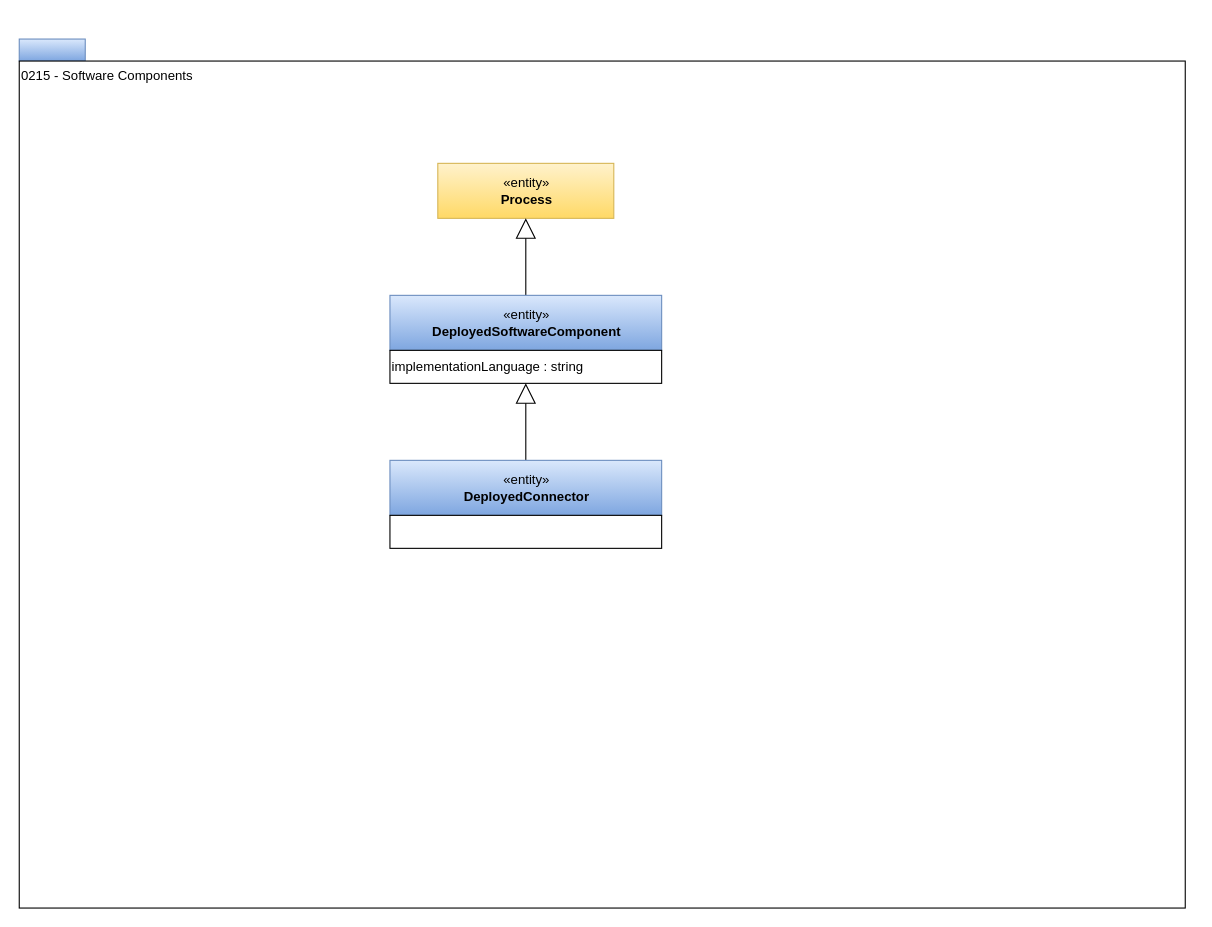
Earlier version of the draw.io diagram page "0215-Software-Components" (6 of 19) of open-metadata-publication/website/open-metadata-types/area-2-assets.drawio (odpi/egeria). Source tidied: cells renumbered, new cells numbered last; positions are measured from the earlier drawing's top-left corner, leaving out a move shared by most shapes. Both pictures are drawn from the tidied source at 110%, with x=0, y=0 at pixel (19, 38).
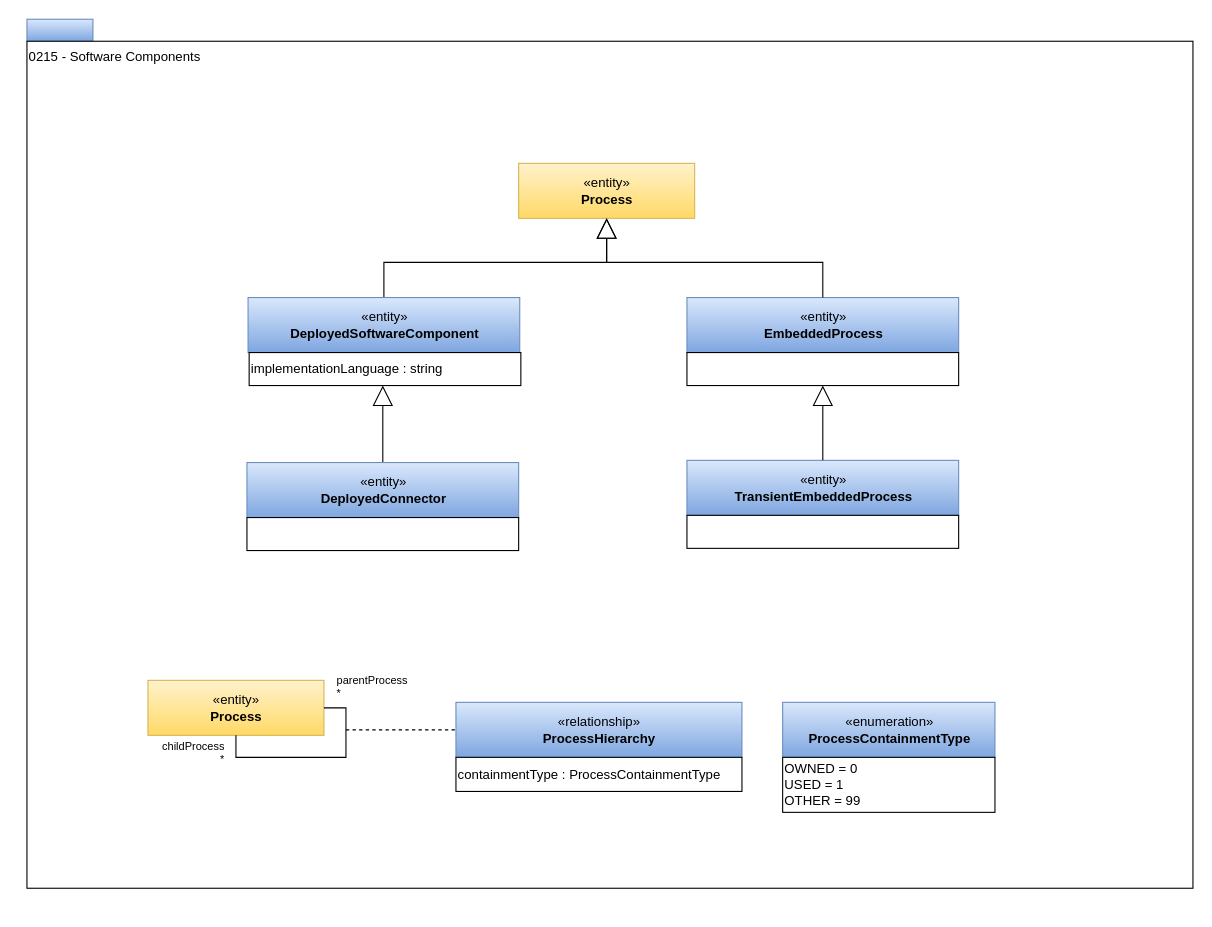
The same page after the edit.

The change refers to these unchanged cells:
```xml
<mxCell id="8" value="«entity»&lt;br&gt;&lt;b&gt;DeployedSoftwareComponent&lt;/b&gt;" style="html=1;strokeColor=#6c8ebf;align=center;fillColor=#dae8fc;gradientColor=#7ea6e0;" parent="7" vertex="1">
  <mxGeometry width="247" height="50" as="geometry" />
</mxCell>
<mxCell id="12" value="«entity»&lt;br&gt;&lt;b&gt;DeployedConnector&lt;/b&gt;" style="html=1;strokeColor=#6c8ebf;align=center;fillColor=#dae8fc;gradientColor=#7ea6e0;" parent="11" vertex="1">
  <mxGeometry width="247" height="50" as="geometry" />
</mxCell>
```

The edit, as a diff of the source:
```diff
@@
-    <mxCell id="2" style="group;" parent="1" vertex="1">
-      <mxGeometry width="1060" height="790" as="geometry" />
-    </mxCell>
-    <mxCell id="3" style="rounded=0;whiteSpace=wrap;html=1;align=left;fillColor=#dae8fc;strokeColor=#6c8ebf;gradientColor=#7ea6e0;" parent="2" vertex="1">
-      <mxGeometry width="60" height="20" as="geometry" />
+    <mxCell id="3" style="rounded=0;whiteSpace=wrap;html=1;align=left;fillColor=#dae8fc;strokeColor=#6c8ebf;gradientColor=#7ea6e0;" parent="1" vertex="1">
+      <mxGeometry x="7" y="-18" width="60" height="20" as="geometry" />
     </mxCell>
-    <mxCell id="4" value="0215 - Software Components" style="rounded=0;whiteSpace=wrap;html=1;align=left;verticalAlign=top;" parent="2" vertex="1">
-      <mxGeometry y="20" width="1060" height="770" as="geometry" />
+    <mxCell id="4" value="0215 - Software Components" style="rounded=0;whiteSpace=wrap;html=1;align=left;verticalAlign=top;" parent="1" vertex="1">
+      <mxGeometry x="7" y="2" width="1060" height="770" as="geometry" />
     </mxCell>
-    <mxCell id="5" value="«entity»&lt;br&gt;&lt;b&gt;Process&lt;/b&gt;" style="html=1;strokeColor=#d6b656;align=center;fillColor=#fff2cc;gradientColor=#ffd966;" parent="2" vertex="1">
-      <mxGeometry x="380.5" y="113" width="160" height="50" as="geometry" />
+    <mxCell id="5" value="«entity»&lt;br&gt;&lt;b&gt;Process&lt;/b&gt;" style="html=1;strokeColor=#d6b656;align=center;fillColor=#fff2cc;gradientColor=#ffd966;" parent="1" vertex="1">
+      <mxGeometry x="454" y="113" width="160" height="50" as="geometry" />
     </mxCell>
-    <mxCell id="6" style="edgeStyle=orthogonalEdgeStyle;rounded=0;jettySize=auto;html=1;exitX=0.5;exitY=0;exitDx=0;exitDy=0;entryX=0.5;entryY=1;entryDx=0;entryDy=0;startSize=6;endArrow=block;endFill=0;endSize=16;" parent="2" edge="1" source="8" target="5">
-      <mxGeometry relative="1" as="geometry" />
+    <mxCell id="6" style="edgeStyle=orthogonalEdgeStyle;rounded=0;jettySize=auto;html=1;exitX=0.5;exitY=0;exitDx=0;exitDy=0;startSize=6;endArrow=block;endFill=0;endSize=16;entryX=0.5;entryY=1;entryDx=0;entryDy=0;" parent="1" edge="1" source="8" target="5">
+      <mxGeometry x="-57" y="-1" as="geometry">
+        <Array as="points">
+          <mxPoint x="332" y="203" />
+          <mxPoint x="534" y="203" />
+        </Array>
+      </mxGeometry>
     </mxCell>
-    <mxCell id="7" style="group;" parent="2" vertex="1">
-      <mxGeometry x="337" y="233" width="247" height="80" as="geometry" />
+    <mxCell id="7" style="group;" parent="1" vertex="1">
+      <mxGeometry x="208" y="235" width="247" height="80" as="geometry" />
     </mxCell>
@@
     <mxCell id="9" value="implementationLanguage : string" style="rounded=0;whiteSpace=wrap;html=1;strokeColor=#000000;gradientColor=#ffffff;align=left;" parent="7" vertex="1">
-      <mxGeometry y="50" width="247" height="30" as="geometry" />
+      <mxGeometry x="1" y="50" width="247" height="30" as="geometry" />
     </mxCell>
-    <mxCell id="10" style="edgeStyle=orthogonalEdgeStyle;rounded=0;jettySize=auto;html=1;exitX=0.5;exitY=0;exitDx=0;exitDy=0;endArrow=block;endFill=0;endSize=16;" parent="2" edge="1" source="12" target="9">
-      <mxGeometry relative="1" as="geometry">
+    <mxCell id="10" style="edgeStyle=orthogonalEdgeStyle;rounded=0;jettySize=auto;html=1;exitX=0.5;exitY=0;exitDx=0;exitDy=0;endArrow=block;endFill=0;endSize=16;" parent="1" edge="1" source="12" target="9">
+      <mxGeometry x="-57" y="-1" as="geometry">
         <Array as="points">
-          <mxPoint x="461" y="383" />
-          <mxPoint x="461" y="383" />
+          <mxPoint x="331" y="385" />
+          <mxPoint x="331" y="385" />
         </Array>
       </mxGeometry>
     </mxCell>
-    <mxCell id="11" style="group;" parent="2" vertex="1">
-      <mxGeometry x="337" y="383" width="247" height="80" as="geometry" />
+    <mxCell id="11" style="group;" parent="1" vertex="1">
+      <mxGeometry x="207" y="385" width="247" height="80" as="geometry" />
     </mxCell>
@@
+    <mxCell id="14" style="group;" parent="1" vertex="1">
+      <mxGeometry x="607" y="235" width="247" height="80" as="geometry" />
+    </mxCell>
+    <mxCell id="15" value="«entity»&lt;br&gt;&lt;b&gt;EmbeddedProcess&lt;/b&gt;" style="html=1;strokeColor=#6c8ebf;align=center;fillColor=#dae8fc;gradientColor=#7ea6e0;" parent="14" vertex="1">
+      <mxGeometry width="247" height="50" as="geometry" />
+    </mxCell>
+    <mxCell id="16" style="rounded=0;whiteSpace=wrap;html=1;strokeColor=#000000;gradientColor=#ffffff;align=left;" parent="14" vertex="1">
+      <mxGeometry y="50" width="247" height="30" as="geometry" />
+    </mxCell>
+    <mxCell id="17" style="edgeStyle=orthogonalEdgeStyle;rounded=0;jettySize=auto;html=1;endArrow=block;endFill=0;endSize=16;exitX=0.5;exitY=0;exitDx=0;exitDy=0;" parent="1" edge="1" source="15">
+      <mxGeometry x="-57" y="-1" as="geometry">
+        <mxPoint x="534" y="163" as="targetPoint" />
+        <Array as="points">
+          <mxPoint x="731" y="203" />
+          <mxPoint x="534" y="203" />
+        </Array>
+      </mxGeometry>
+    </mxCell>
+    <mxCell id="18" style="group;" parent="1" vertex="1">
+      <mxGeometry x="607" y="383" width="247" height="80" as="geometry" />
+    </mxCell>
+    <mxCell id="19" value="«entity»&lt;br&gt;&lt;b&gt;TransientEmbeddedProcess&lt;/b&gt;" style="html=1;strokeColor=#6c8ebf;align=center;fillColor=#dae8fc;gradientColor=#7ea6e0;" parent="18" vertex="1">
+      <mxGeometry width="247" height="50" as="geometry" />
+    </mxCell>
+    <mxCell id="20" style="rounded=0;whiteSpace=wrap;html=1;strokeColor=#000000;gradientColor=#ffffff;align=left;" parent="18" vertex="1">
+      <mxGeometry y="50" width="247" height="30" as="geometry" />
+    </mxCell>
+    <mxCell id="21" style="edgeStyle=orthogonalEdgeStyle;rounded=0;jettySize=auto;html=1;endArrow=block;endFill=0;endSize=16;entryX=0.5;entryY=1;entryDx=0;entryDy=0;" parent="1" edge="1" source="19" target="16">
+      <mxGeometry x="83" y="9" as="geometry">
+        <Array as="points">
+          <mxPoint x="731" y="343" />
+          <mxPoint x="731" y="343" />
+        </Array>
+      </mxGeometry>
+    </mxCell>
+    <mxCell id="22" value="«entity»&lt;br&gt;&lt;b&gt;Process&lt;/b&gt;" style="html=1;strokeColor=#d6b656;align=center;fillColor=#fff2cc;gradientColor=#ffd966;" parent="1" vertex="1">
+      <mxGeometry x="117" y="583" width="160" height="50" as="geometry" />
+    </mxCell>
+    <mxCell id="23" value="«relationship»&lt;br&gt;&lt;b&gt;ProcessHierarchy&lt;/b&gt;" style="html=1;strokeColor=#6c8ebf;align=center;fillColor=#dae8fc;gradientColor=#7ea6e0;" parent="1" vertex="1">
+      <mxGeometry x="397" y="603" width="260" height="50" as="geometry" />
+    </mxCell>
+    <mxCell id="24" value="&lt;div style=&quot;text-align: left&quot;&gt;containmentType : ProcessContainmentType&lt;/div&gt;" style="rounded=0;whiteSpace=wrap;html=1;strokeColor=#000000;gradientColor=#ffffff;align=left;" parent="1" vertex="1">
+      <mxGeometry x="397" y="653" width="260" height="31" as="geometry" />
+    </mxCell>
+    <mxCell id="25" style="endArrow=none;html=1;edgeStyle=orthogonalEdgeStyle;exitX=1;exitY=0.5;exitDx=0;exitDy=0;entryX=0.5;entryY=1;entryDx=0;entryDy=0;rounded=0;" parent="1" edge="1" source="22" target="22">
+      <mxGeometry relative="1" as="geometry">
+        <Array as="points">
+          <mxPoint x="297" y="608" />
+          <mxPoint x="297" y="653" />
+          <mxPoint x="197" y="653" />
+        </Array>
+      </mxGeometry>
+    </mxCell>
+    <mxCell id="26" value="parentProcess&lt;br&gt;*" style="html=1;align=left;verticalAlign=bottom;labelBackgroundColor=#ffffff;fontSize=10;" parent="25" vertex="1">
+      <mxGeometry x="-1" relative="1" as="geometry">
+        <mxPoint x="10" y="-5" as="offset" />
+      </mxGeometry>
+    </mxCell>
+    <mxCell id="27" value="childProcess&lt;br&gt;*" style="html=1;align=right;verticalAlign=bottom;labelBackgroundColor=#ffffff;fontSize=10;" parent="25" vertex="1">
+      <mxGeometry x="1" relative="1" as="geometry">
+        <mxPoint x="-10" y="30" as="offset" />
+      </mxGeometry>
+    </mxCell>
+    <mxCell id="28" style="endArrow=none;dashed=1;html=1;entryX=0;entryY=0.5;entryDx=0;entryDy=0;" parent="1" edge="1" target="23">
+      <mxGeometry relative="1" as="geometry">
+        <mxPoint x="297" y="628" as="sourcePoint" />
+      </mxGeometry>
+    </mxCell>
+    <mxCell id="29" value="«enumeration»&lt;br&gt;&lt;b&gt;ProcessContainmentType&lt;/b&gt;" style="html=1;strokeColor=#6c8ebf;align=center;fillColor=#dae8fc;gradientColor=#7ea6e0;" parent="1" vertex="1">
+      <mxGeometry x="694" y="603" width="193" height="50" as="geometry" />
+    </mxCell>
+    <mxCell id="30" value="&lt;div style=&quot;text-align: left&quot;&gt;OWNED = 0&lt;/div&gt;&lt;div style=&quot;text-align: left&quot;&gt;USED = 1&lt;/div&gt;&lt;div style=&quot;text-align: left&quot;&gt;OTHER = 99&lt;/div&gt;" style="rounded=0;whiteSpace=wrap;html=1;strokeColor=#000000;gradientColor=#ffffff;align=left;" parent="1" vertex="1">
+      <mxGeometry x="694" y="653" width="193" height="50" as="geometry" />
+    </mxCell>
```
